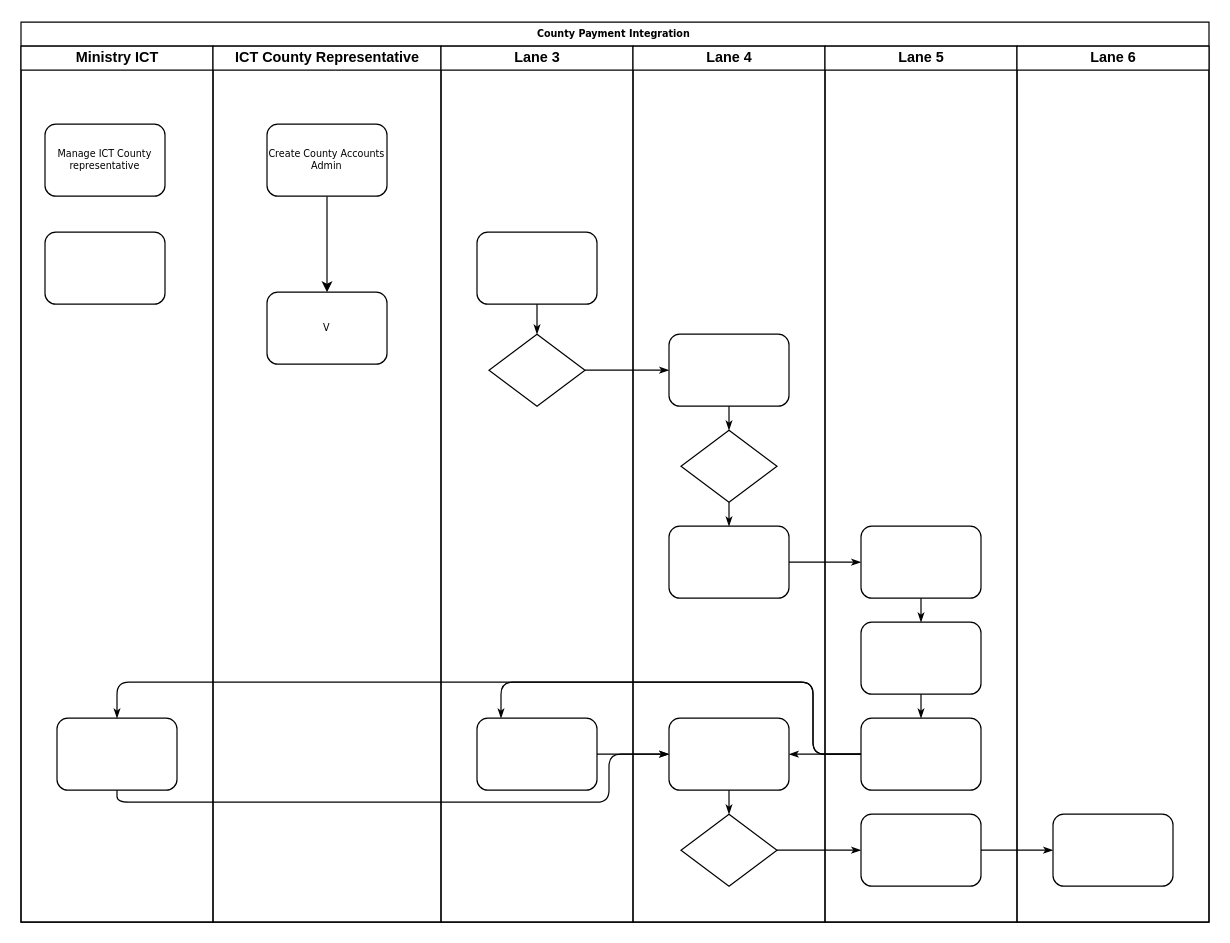
Before: county-integrations.drawio in pascalokoth/BPMN, a draw.io diagram. Source tidied: cells renumbered, new cells numbered last; positions are measured from the earlier drawing's top-left corner, leaving out a move shared by most shapes. Both pictures are drawn from the tidied source at 120%, with x=0, y=0 at pixel (20, 22).
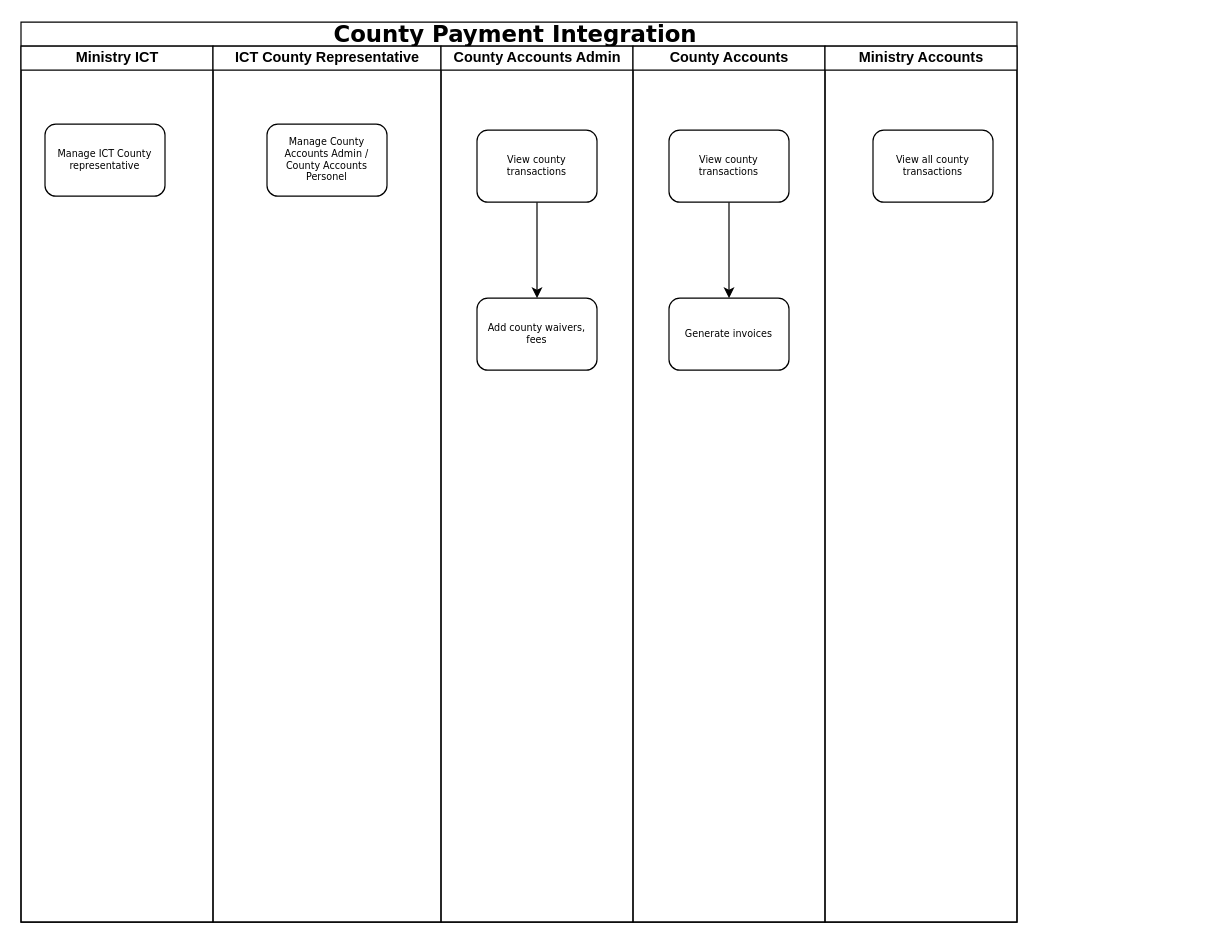
The same diagram, later.

Unchanged cells that the change refers to:
```xml
<mxCell id="3" value="Ministry ICT" style="swimlane;html=1;startSize=20;" parent="2" vertex="1">
  <mxGeometry y="20" width="160" height="730" as="geometry" />
</mxCell>
<mxCell id="16" value="ICT County Representative" style="swimlane;html=1;startSize=20;" parent="2" vertex="1">
  <mxGeometry x="160" y="20" width="190" height="730" as="geometry" />
</mxCell>
```

Diff of the diagram source:
```diff
@@
-    <mxCell id="2" value="County Payment Integration&amp;nbsp;" style="swimlane;html=1;startSize=20;rounded=0;shadow=0;labelBackgroundColor=none;strokeWidth=1;fontFamily=Verdana;fontSize=8;align=center;" parent="1" vertex="1">
-      <mxGeometry width="990" height="750" as="geometry" />
+    <mxCell id="2" value="&lt;font style=&quot;font-size: 19px;&quot;&gt;County Payment Integration&amp;nbsp;&lt;/font&gt;" style="swimlane;html=1;startSize=20;rounded=0;shadow=0;labelBackgroundColor=none;strokeWidth=1;fontFamily=Verdana;fontSize=8;align=center;" parent="1" vertex="1">
+      <mxGeometry width="830" height="750" as="geometry" />
     </mxCell>
@@
-    <mxCell id="5" style="rounded=1;whiteSpace=wrap;html=1;shadow=0;labelBackgroundColor=none;strokeWidth=1;fontFamily=Verdana;fontSize=8;align=center;" parent="3" vertex="1">
-      <mxGeometry x="20" y="155" width="100" height="60" as="geometry" />
-    </mxCell>
-    <mxCell id="6" style="rounded=1;whiteSpace=wrap;html=1;shadow=0;labelBackgroundColor=none;strokeWidth=1;fontFamily=Verdana;fontSize=8;align=center;" parent="3" vertex="1">
-      <mxGeometry x="30" y="560" width="100" height="60" as="geometry" />
-    </mxCell>
-    <mxCell id="7" style="edgeStyle=orthogonalEdgeStyle;rounded=1;html=1;labelBackgroundColor=none;startArrow=none;startFill=0;startSize=5;endArrow=classicThin;endFill=1;endSize=5;jettySize=auto;strokeWidth=1;fontFamily=Verdana;fontSize=8;" parent="2" edge="1" source="22" target="26">
-      <mxGeometry relative="1" as="geometry" />
-    </mxCell>
-    <mxCell id="8" style="edgeStyle=orthogonalEdgeStyle;rounded=1;html=1;labelBackgroundColor=none;startArrow=none;startFill=0;startSize=5;endArrow=classicThin;endFill=1;endSize=5;jettySize=auto;strokeWidth=1;fontFamily=Verdana;fontSize=8;" parent="2" edge="1" source="30" target="38">
-      <mxGeometry relative="1" as="geometry" />
-    </mxCell>
-    <mxCell id="9" style="edgeStyle=orthogonalEdgeStyle;rounded=1;html=1;labelBackgroundColor=none;startArrow=none;startFill=0;startSize=5;endArrow=classicThin;endFill=1;endSize=5;jettySize=auto;strokeWidth=1;fontFamily=Verdana;fontSize=8;" parent="2" edge="1" source="38" target="42">
-      <mxGeometry relative="1" as="geometry" />
-    </mxCell>
-    <mxCell id="10" style="edgeStyle=orthogonalEdgeStyle;rounded=1;html=1;labelBackgroundColor=none;startArrow=none;startFill=0;startSize=5;endArrow=classicThin;endFill=1;endSize=5;jettySize=auto;strokeWidth=1;fontFamily=Verdana;fontSize=8;" parent="2" edge="1" source="28" target="35">
-      <mxGeometry relative="1" as="geometry" />
-    </mxCell>
-    <mxCell id="11" style="edgeStyle=orthogonalEdgeStyle;rounded=1;html=1;labelBackgroundColor=none;startArrow=none;startFill=0;startSize=5;endArrow=classicThin;endFill=1;endSize=5;jettySize=auto;strokeWidth=1;fontFamily=Verdana;fontSize=8;" parent="2" edge="1" source="37" target="23">
-      <mxGeometry relative="1" as="geometry">
-        <Array as="points">
-          <mxPoint x="660" y="610" />
-          <mxPoint x="660" y="550" />
-          <mxPoint x="400" y="550" />
-        </Array>
-      </mxGeometry>
-    </mxCell>
-    <mxCell id="12" style="edgeStyle=orthogonalEdgeStyle;rounded=1;html=1;labelBackgroundColor=none;startArrow=none;startFill=0;startSize=5;endArrow=classicThin;endFill=1;endSize=5;jettySize=auto;strokeColor=#000000;strokeWidth=1;fontFamily=Verdana;fontSize=8;fontColor=#000000;" parent="2" edge="1" source="37" target="29">
-      <mxGeometry relative="1" as="geometry" />
-    </mxCell>
-    <mxCell id="13" style="edgeStyle=orthogonalEdgeStyle;rounded=1;html=1;labelBackgroundColor=none;startArrow=none;startFill=0;startSize=5;endArrow=classicThin;endFill=1;endSize=5;jettySize=auto;strokeWidth=1;fontFamily=Verdana;fontSize=8;" parent="2" edge="1" source="37" target="6">
-      <mxGeometry relative="1" as="geometry">
-        <Array as="points">
-          <mxPoint x="660" y="610" />
-          <mxPoint x="660" y="550" />
-          <mxPoint x="80" y="550" />
-        </Array>
-      </mxGeometry>
-    </mxCell>
-    <mxCell id="14" style="edgeStyle=orthogonalEdgeStyle;rounded=1;html=1;labelBackgroundColor=none;startArrow=none;startFill=0;startSize=5;endArrow=classicThin;endFill=1;endSize=5;jettySize=auto;strokeWidth=1;fontFamily=Verdana;fontSize=8;" parent="2" edge="1" source="6" target="29">
-      <mxGeometry relative="1" as="geometry">
-        <Array as="points">
-          <mxPoint x="80" y="650" />
-          <mxPoint x="490" y="650" />
-          <mxPoint x="490" y="610" />
-        </Array>
-      </mxGeometry>
-    </mxCell>
-    <mxCell id="15" style="edgeStyle=orthogonalEdgeStyle;rounded=1;html=1;labelBackgroundColor=none;startArrow=none;startFill=0;startSize=5;endArrow=classicThin;endFill=1;endSize=5;jettySize=auto;strokeWidth=1;fontFamily=Verdana;fontSize=8;" parent="2" edge="1" source="23" target="29">
-      <mxGeometry relative="1" as="geometry" />
-    </mxCell>
@@
-    <mxCell id="17" style="edgeStyle=orthogonalEdgeStyle;rounded=0;jettySize=auto;html=1;" parent="16" edge="1" source="18" target="19">
-      <mxGeometry relative="1" as="geometry" />
-    </mxCell>
-    <mxCell id="18" value="Create County Accounts Admin" style="rounded=1;whiteSpace=wrap;html=1;shadow=0;labelBackgroundColor=none;strokeWidth=1;fontFamily=Verdana;fontSize=8;align=center;" parent="16" vertex="1">
+    <mxCell id="18" value="Manage County Accounts Admin / County Accounts Personel" style="rounded=1;whiteSpace=wrap;html=1;shadow=0;labelBackgroundColor=none;strokeWidth=1;fontFamily=Verdana;fontSize=8;align=center;" parent="16" vertex="1">
       <mxGeometry x="45" y="65" width="100" height="60" as="geometry" />
     </mxCell>
-    <mxCell id="19" value="V" style="rounded=1;whiteSpace=wrap;html=1;shadow=0;labelBackgroundColor=none;strokeWidth=1;fontFamily=Verdana;fontSize=8;align=center;" parent="16" vertex="1">
-      <mxGeometry x="45" y="205" width="100" height="60" as="geometry" />
-    </mxCell>
-    <mxCell id="20" value="Lane 3" style="swimlane;html=1;startSize=20;" parent="2" vertex="1">
+    <mxCell id="20" value="County Accounts Admin" style="swimlane;html=1;startSize=20;" parent="2" vertex="1">
       <mxGeometry x="350" y="20" width="160" height="730" as="geometry" />
     </mxCell>
+    <mxCell id="43" style="edgeStyle=orthogonalEdgeStyle;rounded=0;jettySize=auto;html=1;" parent="20" edge="1" source="21" target="44">
+      <mxGeometry relative="1" as="geometry" />
+    </mxCell>
-    <mxCell id="21" style="rounded=1;whiteSpace=wrap;html=1;shadow=0;labelBackgroundColor=none;strokeWidth=1;fontFamily=Verdana;fontSize=8;align=center;" parent="20" vertex="1">
-      <mxGeometry x="30" y="155" width="100" height="60" as="geometry" />
+    <mxCell id="21" value="View county transactions" style="rounded=1;whiteSpace=wrap;html=1;shadow=0;labelBackgroundColor=none;strokeWidth=1;fontFamily=Verdana;fontSize=8;align=center;" parent="20" vertex="1">
+      <mxGeometry x="30" y="70" width="100" height="60" as="geometry" />
     </mxCell>
-    <mxCell id="22" style="rhombus;whiteSpace=wrap;html=1;rounded=0;shadow=0;labelBackgroundColor=none;strokeWidth=1;fontFamily=Verdana;fontSize=8;align=center;" parent="20" vertex="1">
-      <mxGeometry x="40" y="240" width="80" height="60" as="geometry" />
-    </mxCell>
-    <mxCell id="23" style="rounded=1;whiteSpace=wrap;html=1;shadow=0;labelBackgroundColor=none;strokeWidth=1;fontFamily=Verdana;fontSize=8;align=center;" parent="20" vertex="1">
-      <mxGeometry x="30" y="560" width="100" height="60" as="geometry" />
-    </mxCell>
-    <mxCell id="24" style="edgeStyle=orthogonalEdgeStyle;rounded=1;html=1;labelBackgroundColor=none;startArrow=none;startFill=0;startSize=5;endArrow=classicThin;endFill=1;endSize=5;jettySize=auto;strokeWidth=1;fontFamily=Verdana;fontSize=8;" parent="20" edge="1" source="21" target="22">
-      <mxGeometry relative="1" as="geometry" />
-    </mxCell>
+    <mxCell id="44" value="Add county waivers,&lt;br&gt;fees" style="rounded=1;whiteSpace=wrap;html=1;shadow=0;labelBackgroundColor=none;strokeWidth=1;fontFamily=Verdana;fontSize=8;align=center;" parent="20" vertex="1">
+      <mxGeometry x="30" y="210" width="100" height="60" as="geometry" />
+    </mxCell>
-    <mxCell id="25" value="Lane 4" style="swimlane;html=1;startSize=20;" parent="2" vertex="1">
+    <mxCell id="25" value="County Accounts" style="swimlane;html=1;startSize=20;" parent="2" vertex="1">
       <mxGeometry x="510" y="20" width="160" height="730" as="geometry" />
     </mxCell>
+    <mxCell id="45" style="edgeStyle=orthogonalEdgeStyle;rounded=0;jettySize=auto;html=1;" parent="25" edge="1" source="26" target="46">
+      <mxGeometry relative="1" as="geometry" />
+    </mxCell>
-    <mxCell id="26" style="rounded=1;whiteSpace=wrap;html=1;shadow=0;labelBackgroundColor=none;strokeWidth=1;fontFamily=Verdana;fontSize=8;align=center;" parent="25" vertex="1">
-      <mxGeometry x="30" y="240" width="100" height="60" as="geometry" />
+    <mxCell id="26" value="View county transactions" style="rounded=1;whiteSpace=wrap;html=1;shadow=0;labelBackgroundColor=none;strokeWidth=1;fontFamily=Verdana;fontSize=8;align=center;" parent="25" vertex="1">
+      <mxGeometry x="30" y="70" width="100" height="60" as="geometry" />
     </mxCell>
-    <mxCell id="27" style="rhombus;whiteSpace=wrap;html=1;rounded=0;shadow=0;labelBackgroundColor=none;strokeWidth=1;fontFamily=Verdana;fontSize=8;align=center;" parent="25" vertex="1">
-      <mxGeometry x="40" y="320" width="80" height="60" as="geometry" />
-    </mxCell>
-    <mxCell id="28" style="rounded=1;whiteSpace=wrap;html=1;shadow=0;labelBackgroundColor=none;strokeWidth=1;fontFamily=Verdana;fontSize=8;align=center;" parent="25" vertex="1">
-      <mxGeometry x="30" y="400" width="100" height="60" as="geometry" />
-    </mxCell>
-    <mxCell id="29" style="rounded=1;whiteSpace=wrap;html=1;shadow=0;labelBackgroundColor=none;strokeWidth=1;fontFamily=Verdana;fontSize=8;align=center;" parent="25" vertex="1">
-      <mxGeometry x="30" y="560" width="100" height="60" as="geometry" />
-    </mxCell>
-    <mxCell id="30" style="rhombus;whiteSpace=wrap;html=1;rounded=0;shadow=0;labelBackgroundColor=none;strokeWidth=1;fontFamily=Verdana;fontSize=8;align=center;" parent="25" vertex="1">
-      <mxGeometry x="40" y="640" width="80" height="60" as="geometry" />
-    </mxCell>
-    <mxCell id="31" style="edgeStyle=orthogonalEdgeStyle;rounded=1;html=1;labelBackgroundColor=none;startArrow=none;startFill=0;startSize=5;endArrow=classicThin;endFill=1;endSize=5;jettySize=auto;strokeColor=#000000;strokeWidth=1;fontFamily=Verdana;fontSize=8;fontColor=#000000;" parent="25" edge="1" source="26" target="27">
-      <mxGeometry relative="1" as="geometry" />
-    </mxCell>
-    <mxCell id="32" style="edgeStyle=orthogonalEdgeStyle;rounded=1;html=1;labelBackgroundColor=none;startArrow=none;startFill=0;startSize=5;endArrow=classicThin;endFill=1;endSize=5;jettySize=auto;strokeWidth=1;fontFamily=Verdana;fontSize=8;" parent="25" edge="1" source="27" target="28">
-      <mxGeometry relative="1" as="geometry" />
-    </mxCell>
-    <mxCell id="33" style="edgeStyle=orthogonalEdgeStyle;rounded=1;html=1;labelBackgroundColor=none;startArrow=none;startFill=0;startSize=5;endArrow=classicThin;endFill=1;endSize=5;jettySize=auto;strokeWidth=1;fontFamily=Verdana;fontSize=8;" parent="25" edge="1" source="29" target="30">
-      <mxGeometry relative="1" as="geometry" />
-    </mxCell>
+    <mxCell id="46" value="Generate invoices" style="rounded=1;whiteSpace=wrap;html=1;shadow=0;labelBackgroundColor=none;strokeWidth=1;fontFamily=Verdana;fontSize=8;align=center;" parent="25" vertex="1">
+      <mxGeometry x="30" y="210" width="100" height="60" as="geometry" />
+    </mxCell>
-    <mxCell id="34" value="Lane 5" style="swimlane;html=1;startSize=20;" parent="2" vertex="1">
+    <mxCell id="34" value="Ministry Accounts" style="swimlane;html=1;startSize=20;" parent="2" vertex="1">
       <mxGeometry x="670" y="20" width="160" height="730" as="geometry" />
     </mxCell>
-    <mxCell id="35" style="rounded=1;whiteSpace=wrap;html=1;shadow=0;labelBackgroundColor=none;strokeWidth=1;fontFamily=Verdana;fontSize=8;align=center;" parent="34" vertex="1">
-      <mxGeometry x="30" y="400" width="100" height="60" as="geometry" />
-    </mxCell>
-    <mxCell id="36" style="rounded=1;whiteSpace=wrap;html=1;shadow=0;labelBackgroundColor=none;strokeWidth=1;fontFamily=Verdana;fontSize=8;align=center;" parent="34" vertex="1">
-      <mxGeometry x="30" y="480" width="100" height="60" as="geometry" />
-    </mxCell>
-    <mxCell id="37" style="rounded=1;whiteSpace=wrap;html=1;shadow=0;labelBackgroundColor=none;strokeWidth=1;fontFamily=Verdana;fontSize=8;align=center;" parent="34" vertex="1">
-      <mxGeometry x="30" y="560" width="100" height="60" as="geometry" />
-    </mxCell>
-    <mxCell id="38" style="rounded=1;whiteSpace=wrap;html=1;shadow=0;labelBackgroundColor=none;strokeWidth=1;fontFamily=Verdana;fontSize=8;align=center;" parent="34" vertex="1">
-      <mxGeometry x="30" y="640" width="100" height="60" as="geometry" />
-    </mxCell>
-    <mxCell id="39" style="edgeStyle=orthogonalEdgeStyle;rounded=1;html=1;labelBackgroundColor=none;startArrow=none;startFill=0;startSize=5;endArrow=classicThin;endFill=1;endSize=5;jettySize=auto;strokeWidth=1;fontFamily=Verdana;fontSize=8;" parent="34" edge="1" source="35" target="36">
-      <mxGeometry relative="1" as="geometry" />
-    </mxCell>
-    <mxCell id="40" style="edgeStyle=orthogonalEdgeStyle;rounded=1;html=1;labelBackgroundColor=none;startArrow=none;startFill=0;startSize=5;endArrow=classicThin;endFill=1;endSize=5;jettySize=auto;strokeWidth=1;fontFamily=Verdana;fontSize=8;" parent="34" edge="1" source="36" target="37">
-      <mxGeometry relative="1" as="geometry" />
-    </mxCell>
-    <mxCell id="41" value="Lane 6" style="swimlane;html=1;startSize=20;" parent="2" vertex="1">
-      <mxGeometry x="830" y="20" width="160" height="730" as="geometry" />
-    </mxCell>
-    <mxCell id="42" style="rounded=1;whiteSpace=wrap;html=1;shadow=0;labelBackgroundColor=none;strokeWidth=1;fontFamily=Verdana;fontSize=8;align=center;" parent="41" vertex="1">
-      <mxGeometry x="30" y="640" width="100" height="60" as="geometry" />
-    </mxCell>
+    <mxCell id="47" value="View all county transactions" style="rounded=1;whiteSpace=wrap;html=1;shadow=0;labelBackgroundColor=none;strokeWidth=1;fontFamily=Verdana;fontSize=8;align=center;" parent="34" vertex="1">
+      <mxGeometry x="40" y="70" width="100" height="60" as="geometry" />
+    </mxCell>
```
